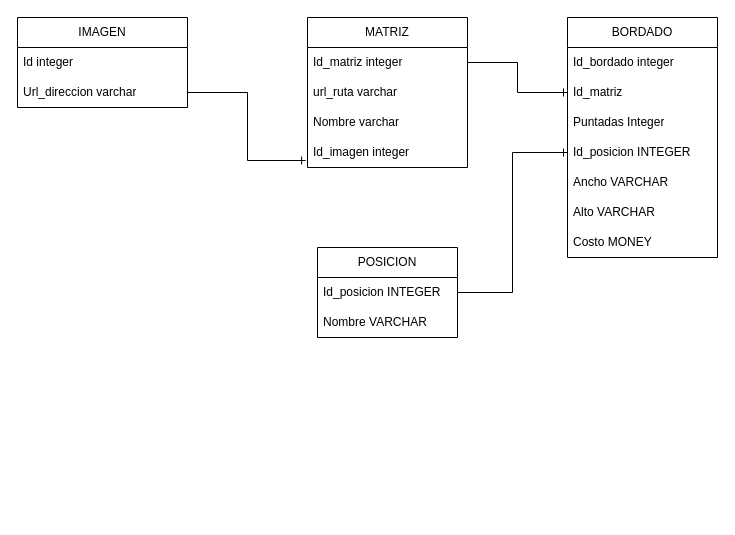
nicodiaz00/gestor-textil keeps this draw.io diagram as emb_manager.drawio. Above is the earlier version. Source tidied: cells renumbered, new cells numbered last; positions are measured from the earlier drawing's top-left corner, leaving out a move shared by most shapes. Both pictures are drawn from the tidied source at 100%, with x=0, y=0 at pixel (17, 17).
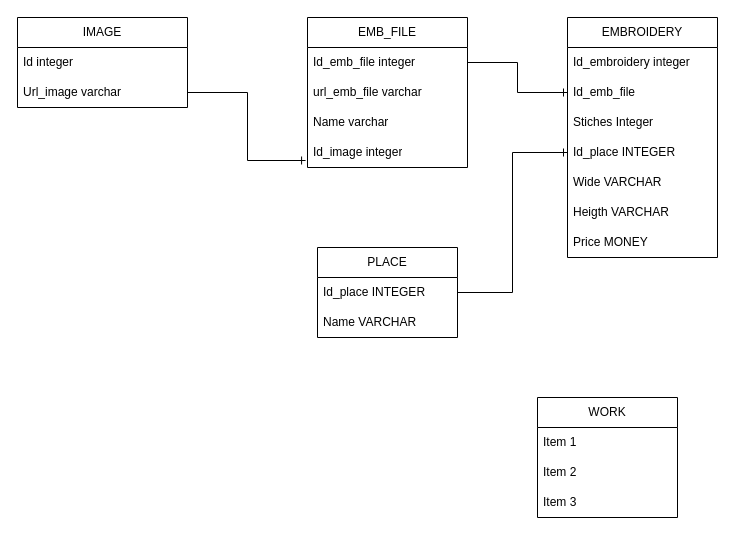
After the change.

The edit, as a diff of the source:
```diff
@@
-    <mxCell id="2" value="IMAGEN" style="swimlane;fontStyle=0;horizontal=1;startSize=30;whiteSpace=wrap;html=1;" parent="1" vertex="1">
+    <mxCell id="2" value="IMAGE" style="swimlane;fontStyle=0;horizontal=1;startSize=30;whiteSpace=wrap;html=1;" parent="1" vertex="1">
       <mxGeometry width="170" height="90" as="geometry" />
     </mxCell>
@@
-    <mxCell id="4" value="Url_direccion varchar" style="text;strokeColor=none;fillColor=none;align=left;verticalAlign=middle;spacingLeft=4;spacingRight=4;overflow=hidden;points=[[0,0.5],[1,0.5]];portConstraint=eastwest;whiteSpace=wrap;html=1;" parent="2" vertex="1">
+    <mxCell id="4" value="Url_image varchar" style="text;strokeColor=none;fillColor=none;align=left;verticalAlign=middle;spacingLeft=4;spacingRight=4;overflow=hidden;points=[[0,0.5],[1,0.5]];portConstraint=eastwest;whiteSpace=wrap;html=1;" parent="2" vertex="1">
       <mxGeometry y="60" width="170" height="30" as="geometry" />
     </mxCell>
-    <mxCell id="5" value="MATRIZ" style="swimlane;fontStyle=0;horizontal=1;startSize=30;whiteSpace=wrap;html=1;" parent="1" vertex="1">
+    <mxCell id="5" value="EMB_FILE" style="swimlane;fontStyle=0;horizontal=1;startSize=30;whiteSpace=wrap;html=1;" parent="1" vertex="1">
       <mxGeometry x="290" width="160" height="150" as="geometry" />
     </mxCell>
-    <mxCell id="6" value="Id_matriz integer" style="text;strokeColor=none;fillColor=none;align=left;verticalAlign=middle;spacingLeft=4;spacingRight=4;overflow=hidden;points=[[0,0.5],[1,0.5]];portConstraint=eastwest;whiteSpace=wrap;html=1;" parent="5" vertex="1">
+    <mxCell id="6" value="Id_emb_file integer" style="text;strokeColor=none;fillColor=none;align=left;verticalAlign=middle;spacingLeft=4;spacingRight=4;overflow=hidden;points=[[0,0.5],[1,0.5]];portConstraint=eastwest;whiteSpace=wrap;html=1;" parent="5" vertex="1">
       <mxGeometry y="30" width="160" height="30" as="geometry" />
     </mxCell>
-    <mxCell id="7" value="url_ruta varchar" style="text;strokeColor=none;fillColor=none;align=left;verticalAlign=middle;spacingLeft=4;spacingRight=4;overflow=hidden;whiteSpace=wrap;html=1;" parent="5" vertex="1">
+    <mxCell id="7" value="url_emb_file varchar" style="text;strokeColor=none;fillColor=none;align=left;verticalAlign=middle;spacingLeft=4;spacingRight=4;overflow=hidden;whiteSpace=wrap;html=1;" parent="5" vertex="1">
       <mxGeometry y="60" width="160" height="30" as="geometry" />
     </mxCell>
-    <mxCell id="8" value="Nombre varchar" style="text;strokeColor=none;fillColor=none;align=left;verticalAlign=middle;spacingLeft=4;spacingRight=4;overflow=hidden;whiteSpace=wrap;html=1;" parent="5" vertex="1">
+    <mxCell id="8" value="Name varchar" style="text;strokeColor=none;fillColor=none;align=left;verticalAlign=middle;spacingLeft=4;spacingRight=4;overflow=hidden;whiteSpace=wrap;html=1;" parent="5" vertex="1">
       <mxGeometry y="90" width="160" height="30" as="geometry" />
     </mxCell>
-    <mxCell id="9" value="Id_imagen integer" style="text;strokeColor=none;fillColor=none;align=left;verticalAlign=middle;spacingLeft=4;spacingRight=4;overflow=hidden;points=[[0,0.5],[1,0.5]];portConstraint=eastwest;whiteSpace=wrap;html=1;" parent="5" vertex="1">
+    <mxCell id="9" value="Id_image integer" style="text;strokeColor=none;fillColor=none;align=left;verticalAlign=middle;spacingLeft=4;spacingRight=4;overflow=hidden;points=[[0,0.5],[1,0.5]];portConstraint=eastwest;whiteSpace=wrap;html=1;" parent="5" vertex="1">
       <mxGeometry y="120" width="160" height="30" as="geometry" />
     </mxCell>
@@
-    <mxCell id="11" value="BORDADO" style="swimlane;fontStyle=0;horizontal=1;startSize=30;whiteSpace=wrap;html=1;" parent="1" vertex="1">
+    <mxCell id="11" value="EMBROIDERY" style="swimlane;fontStyle=0;horizontal=1;startSize=30;whiteSpace=wrap;html=1;" parent="1" vertex="1">
       <mxGeometry x="550" width="150" height="240" as="geometry" />
     </mxCell>
-    <mxCell id="12" value="Id_bordado integer" style="text;strokeColor=none;fillColor=none;align=left;verticalAlign=middle;spacingLeft=4;spacingRight=4;overflow=hidden;whiteSpace=wrap;html=1;" parent="11" vertex="1">
+    <mxCell id="12" value="Id_embroidery integer" style="text;strokeColor=none;fillColor=none;align=left;verticalAlign=middle;spacingLeft=4;spacingRight=4;overflow=hidden;whiteSpace=wrap;html=1;" parent="11" vertex="1">
       <mxGeometry y="30" width="150" height="30" as="geometry" />
     </mxCell>
-    <mxCell id="13" value="Id_matriz" style="text;strokeColor=none;fillColor=none;align=left;verticalAlign=middle;spacingLeft=4;spacingRight=4;overflow=hidden;points=[[0,0.5],[1,0.5]];portConstraint=eastwest;whiteSpace=wrap;html=1;" parent="11" vertex="1">
+    <mxCell id="13" value="Id_emb_file" style="text;strokeColor=none;fillColor=none;align=left;verticalAlign=middle;spacingLeft=4;spacingRight=4;overflow=hidden;points=[[0,0.5],[1,0.5]];portConstraint=eastwest;whiteSpace=wrap;html=1;" parent="11" vertex="1">
       <mxGeometry y="60" width="150" height="30" as="geometry" />
     </mxCell>
-    <mxCell id="14" value="Puntadas Integer" style="text;strokeColor=none;fillColor=none;align=left;verticalAlign=middle;spacingLeft=4;spacingRight=4;overflow=hidden;whiteSpace=wrap;html=1;" parent="11" vertex="1">
+    <mxCell id="14" value="Stiches Integer" style="text;strokeColor=none;fillColor=none;align=left;verticalAlign=middle;spacingLeft=4;spacingRight=4;overflow=hidden;whiteSpace=wrap;html=1;" parent="11" vertex="1">
       <mxGeometry y="90" width="150" height="30" as="geometry" />
     </mxCell>
-    <mxCell id="15" value="Id_posicion INTEGER" style="text;strokeColor=none;fillColor=none;align=left;verticalAlign=middle;spacingLeft=4;spacingRight=4;overflow=hidden;points=[[0,0.5],[1,0.5]];portConstraint=eastwest;whiteSpace=wrap;html=1;" parent="11" vertex="1">
+    <mxCell id="15" value="Id_place INTEGER" style="text;strokeColor=none;fillColor=none;align=left;verticalAlign=middle;spacingLeft=4;spacingRight=4;overflow=hidden;points=[[0,0.5],[1,0.5]];portConstraint=eastwest;whiteSpace=wrap;html=1;" parent="11" vertex="1">
       <mxGeometry y="120" width="150" height="30" as="geometry" />
     </mxCell>
-    <mxCell id="16" value="Ancho VARCHAR" style="text;strokeColor=none;fillColor=none;align=left;verticalAlign=middle;spacingLeft=4;spacingRight=4;overflow=hidden;whiteSpace=wrap;html=1;" parent="11" vertex="1">
+    <mxCell id="16" value="Wide VARCHAR" style="text;strokeColor=none;fillColor=none;align=left;verticalAlign=middle;spacingLeft=4;spacingRight=4;overflow=hidden;whiteSpace=wrap;html=1;" parent="11" vertex="1">
       <mxGeometry y="150" width="150" height="30" as="geometry" />
     </mxCell>
-    <mxCell id="17" value="Alto VARCHAR" style="text;strokeColor=none;fillColor=none;align=left;verticalAlign=middle;spacingLeft=4;spacingRight=4;overflow=hidden;whiteSpace=wrap;html=1;" parent="11" vertex="1">
+    <mxCell id="17" value="Heigth VARCHAR" style="text;strokeColor=none;fillColor=none;align=left;verticalAlign=middle;spacingLeft=4;spacingRight=4;overflow=hidden;whiteSpace=wrap;html=1;" parent="11" vertex="1">
       <mxGeometry y="180" width="150" height="30" as="geometry" />
     </mxCell>
-    <mxCell id="18" value="Costo MONEY" style="text;strokeColor=none;fillColor=none;align=left;verticalAlign=middle;spacingLeft=4;spacingRight=4;overflow=hidden;whiteSpace=wrap;html=1;" parent="11" vertex="1">
+    <mxCell id="18" value="Price MONEY" style="text;strokeColor=none;fillColor=none;align=left;verticalAlign=middle;spacingLeft=4;spacingRight=4;overflow=hidden;whiteSpace=wrap;html=1;" parent="11" vertex="1">
       <mxGeometry y="210" width="150" height="30" as="geometry" />
     </mxCell>
@@
-    <mxCell id="20" value="POSICION" style="swimlane;fontStyle=0;horizontal=1;startSize=30;whiteSpace=wrap;html=1;" parent="1" vertex="1">
+    <mxCell id="20" value="PLACE" style="swimlane;fontStyle=0;horizontal=1;startSize=30;whiteSpace=wrap;html=1;" parent="1" vertex="1">
       <mxGeometry x="300" y="230" width="140" height="90" as="geometry" />
     </mxCell>
-    <mxCell id="21" value="Id_posicion INTEGER" style="text;strokeColor=none;fillColor=none;align=left;verticalAlign=middle;spacingLeft=4;spacingRight=4;overflow=hidden;points=[[0,0.5],[1,0.5]];portConstraint=eastwest;whiteSpace=wrap;html=1;" parent="20" vertex="1">
+    <mxCell id="21" value="Id_place INTEGER" style="text;strokeColor=none;fillColor=none;align=left;verticalAlign=middle;spacingLeft=4;spacingRight=4;overflow=hidden;points=[[0,0.5],[1,0.5]];portConstraint=eastwest;whiteSpace=wrap;html=1;" parent="20" vertex="1">
       <mxGeometry y="30" width="140" height="30" as="geometry" />
     </mxCell>
-    <mxCell id="22" value="Nombre VARCHAR" style="text;strokeColor=none;fillColor=none;align=left;verticalAlign=middle;spacingLeft=4;spacingRight=4;overflow=hidden;whiteSpace=wrap;html=1;" parent="20" vertex="1">
+    <mxCell id="22" value="Name VARCHAR" style="text;strokeColor=none;fillColor=none;align=left;verticalAlign=middle;spacingLeft=4;spacingRight=4;overflow=hidden;whiteSpace=wrap;html=1;" parent="20" vertex="1">
       <mxGeometry y="60" width="140" height="30" as="geometry" />
     </mxCell>
@@
+    <mxCell id="24" value="WORK" style="swimlane;fontStyle=0;horizontal=1;startSize=30;whiteSpace=wrap;html=1;" parent="1" vertex="1">
+      <mxGeometry x="520" y="380" width="140" height="120" as="geometry" />
+    </mxCell>
+    <mxCell id="25" value="Item 1" style="text;strokeColor=none;fillColor=none;align=left;verticalAlign=middle;spacingLeft=4;spacingRight=4;overflow=hidden;whiteSpace=wrap;html=1;" parent="24" vertex="1">
+      <mxGeometry y="30" width="140" height="30" as="geometry" />
+    </mxCell>
+    <mxCell id="26" value="Item 2" style="text;strokeColor=none;fillColor=none;align=left;verticalAlign=middle;spacingLeft=4;spacingRight=4;overflow=hidden;whiteSpace=wrap;html=1;" parent="24" vertex="1">
+      <mxGeometry y="60" width="140" height="30" as="geometry" />
+    </mxCell>
+    <mxCell id="27" value="Item 3" style="text;strokeColor=none;fillColor=none;align=left;verticalAlign=middle;spacingLeft=4;spacingRight=4;overflow=hidden;whiteSpace=wrap;html=1;" parent="24" vertex="1">
+      <mxGeometry y="90" width="140" height="30" as="geometry" />
+    </mxCell>
```
